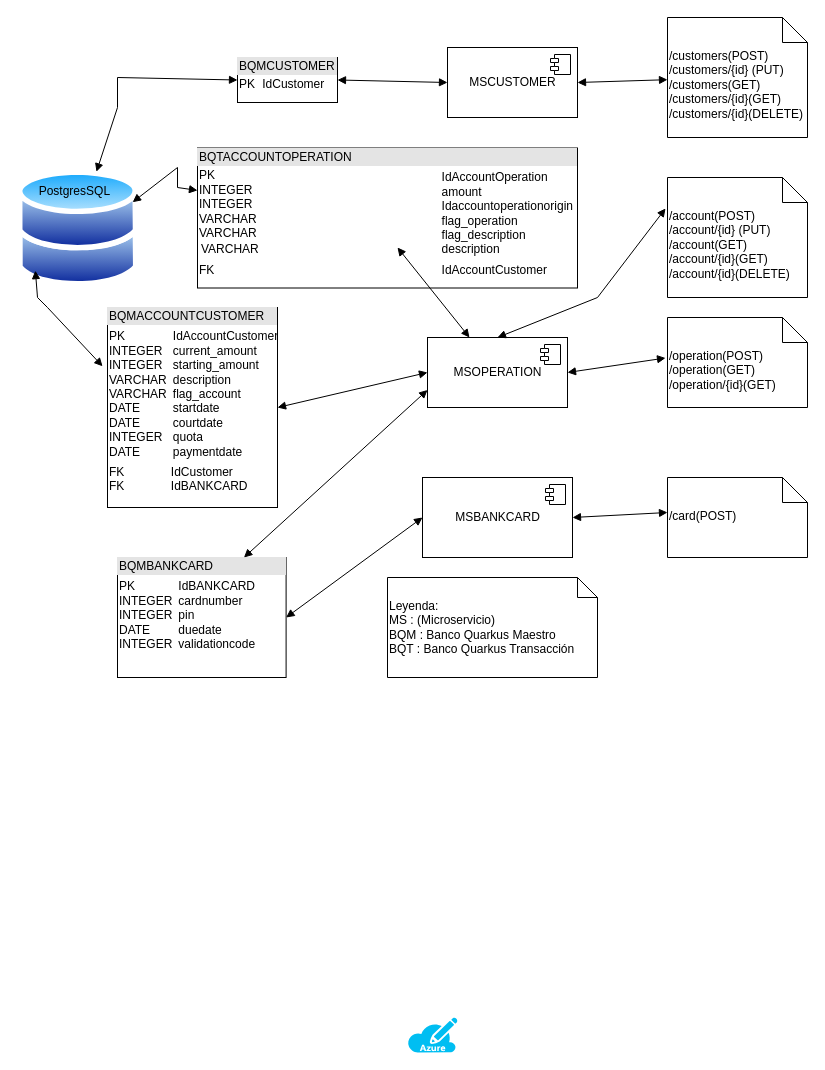
The draw.io diagram SolutionBank-v1.drawio in AppBancoQuarkus/designsolution, before the edit. Source tidied: cells renumbered, new cells numbered last; positions are measured from the earlier drawing's top-left corner, leaving out a move shared by most shapes. Both pictures are drawn from the tidied source at 100%, with x=0, y=0 at pixel (17, 17).
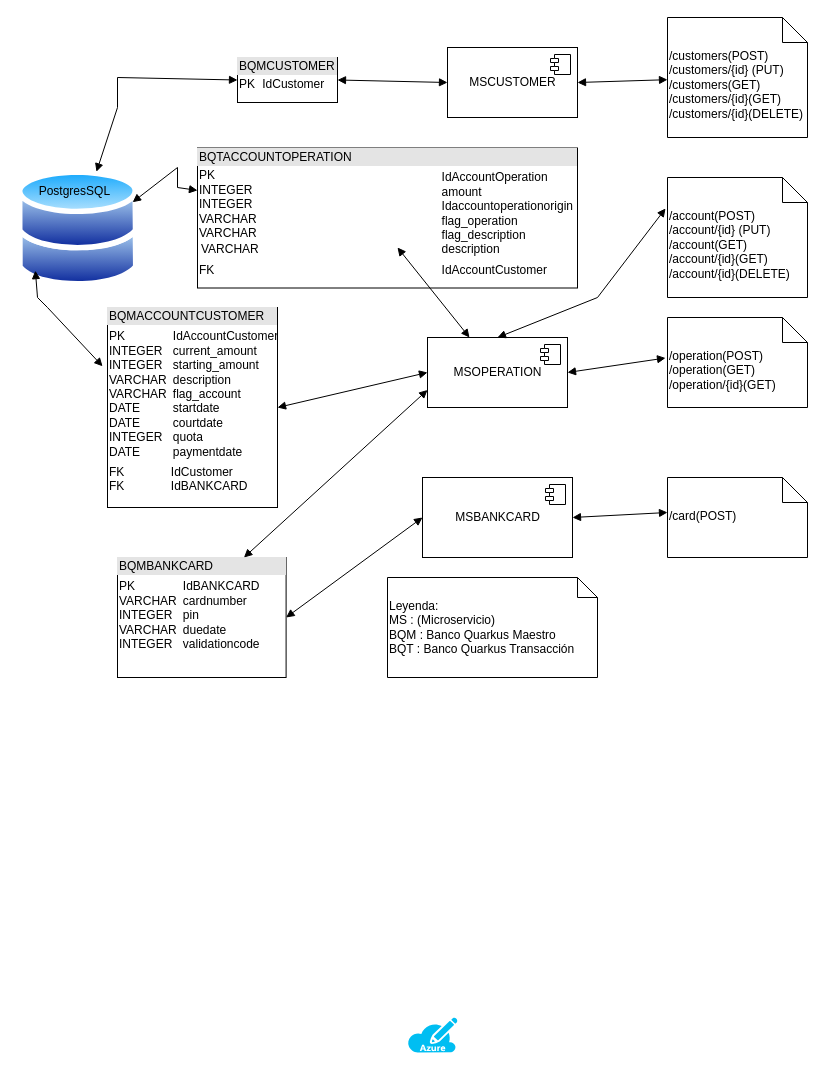
The same page after the edit.

Commit message:
Actualizando el nombre del archivo v4

Diff of the diagram source:
```diff
@@
-    <mxCell id="25" value="&lt;div style=&quot;box-sizing:border-box;width:100%;background:#e4e4e4;padding:2px;&quot;&gt;BQMBANKCARD&lt;/div&gt;&lt;table style=&quot;width:100%;font-size:1em;&quot; cellpadding=&quot;2&quot; cellspacing=&quot;0&quot;&gt;&lt;tbody&gt;&lt;tr&gt;&lt;td&gt;PK&lt;br&gt;INTEGER&lt;br&gt;INTEGER&lt;br&gt;DATE&lt;br&gt;INTEGER&lt;br&gt;&lt;/td&gt;&lt;td&gt;&lt;table style=&quot;font-size: 1em; width: 160px;&quot; cellpadding=&quot;2&quot; cellspacing=&quot;0&quot;&gt;&lt;tbody&gt;&lt;tr&gt;&lt;td&gt;IdBANKCARD&lt;br&gt;cardnumber&lt;br&gt;pin&lt;br&gt;duedate&lt;br&gt;validationcode&lt;/td&gt;&lt;/tr&gt;&lt;/tbody&gt;&lt;/table&gt;&lt;/td&gt;&lt;/tr&gt;&lt;tr&gt;&lt;td&gt;&lt;br&gt;&lt;/td&gt;&lt;td&gt;&lt;br&gt;&lt;/td&gt;&lt;/tr&gt;&lt;/tbody&gt;&lt;/table&gt;" style="verticalAlign=top;align=left;overflow=fill;html=1;" parent="1" vertex="1">
+    <mxCell id="25" value="&lt;div style=&quot;box-sizing:border-box;width:100%;background:#e4e4e4;padding:2px;&quot;&gt;BQMBANKCARD&lt;/div&gt;&lt;table style=&quot;width:100%;font-size:1em;&quot; cellpadding=&quot;2&quot; cellspacing=&quot;0&quot;&gt;&lt;tbody&gt;&lt;tr&gt;&lt;td&gt;PK&lt;br&gt;VARCHAR&lt;br&gt;INTEGER&lt;br&gt;VARCHAR&lt;br style=&quot;border-color: var(--border-color);&quot;&gt;INTEGER&lt;br&gt;&lt;/td&gt;&lt;td&gt;&lt;table style=&quot;font-size: 1em; width: 160px;&quot; cellpadding=&quot;2&quot; cellspacing=&quot;0&quot;&gt;&lt;tbody&gt;&lt;tr&gt;&lt;td&gt;IdBANKCARD&lt;br&gt;cardnumber&lt;br&gt;pin&lt;br&gt;duedate&lt;br&gt;validationcode&lt;/td&gt;&lt;/tr&gt;&lt;/tbody&gt;&lt;/table&gt;&lt;/td&gt;&lt;/tr&gt;&lt;tr&gt;&lt;td&gt;&lt;br&gt;&lt;/td&gt;&lt;td&gt;&lt;br&gt;&lt;/td&gt;&lt;/tr&gt;&lt;/tbody&gt;&lt;/table&gt;" style="verticalAlign=top;align=left;overflow=fill;html=1;" parent="1" vertex="1">
       <mxGeometry x="100" y="540" width="168.6" height="120" as="geometry" />
     </mxCell>
```
